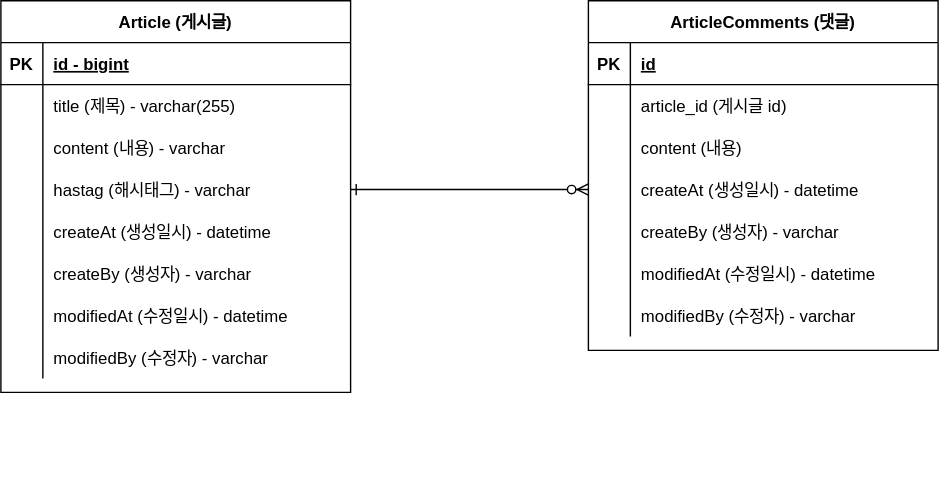
digilog-mh/Side_Project keeps this draw.io diagram as documents/board_project/project-board.svg. Above is the earlier version. Source tidied: cells renumbered, new cells last; positions are measured from the earlier drawing's top-left corner, leaving out a move shared by most shapes.
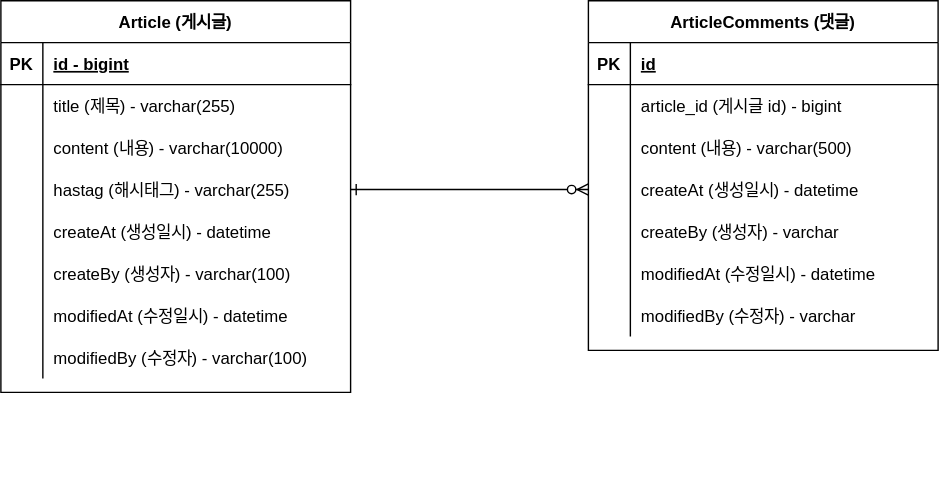
The same diagram one commit later.

What changed in the source:
```diff
@@ -23,7 +23,7 @@
     <mxCell id="8" style="shape=partialRectangle;overflow=hidden;fillColor=none;top=0;left=0;bottom=0;right=0;" parent="7" vertex="1">
       <mxGeometry width="30" height="30" as="geometry" />
     </mxCell>
-    <mxCell id="9" value="article_id (게시글 id)" style="shape=partialRectangle;overflow=hidden;fillColor=none;top=0;left=0;bottom=0;right=0;align=left;spacingLeft=6;" parent="7" vertex="1">
+    <mxCell id="9" value="article_id (게시글 id) - bigint" style="shape=partialRectangle;overflow=hidden;fillColor=none;top=0;left=0;bottom=0;right=0;align=left;spacingLeft=6;" parent="7" vertex="1">
       <mxGeometry x="30" width="220" height="30" as="geometry" />
     </mxCell>
     <mxCell id="10" style="shape=partialRectangle;fillColor=none;top=0;left=0;right=0;bottom=0;" parent="3" vertex="1">
@@ -32,7 +32,7 @@
     <mxCell id="11" style="shape=partialRectangle;overflow=hidden;fillColor=none;top=0;left=0;bottom=0;right=0;" parent="10" vertex="1">
       <mxGeometry width="30" height="30" as="geometry" />
     </mxCell>
-    <mxCell id="12" value="content (내용)" style="shape=partialRectangle;overflow=hidden;fillColor=none;top=0;left=0;bottom=0;right=0;align=left;spacingLeft=6;" parent="10" vertex="1">
+    <mxCell id="12" value="content (내용) - varchar(500)" style="shape=partialRectangle;overflow=hidden;fillColor=none;top=0;left=0;bottom=0;right=0;align=left;spacingLeft=6;" parent="10" vertex="1">
       <mxGeometry x="30" width="220" height="30" as="geometry" />
     </mxCell>
     <mxCell id="13" style="shape=partialRectangle;fillColor=none;points=[[0,0.5],[1,0.5]];portConstraint=eastwest;top=0;left=0;right=0;bottom=0;" parent="3" vertex="1">
@@ -98,7 +98,7 @@
     <mxCell id="33" style="shape=partialRectangle;overflow=hidden;fillColor=none;top=0;left=0;bottom=0;right=0;" parent="32" vertex="1">
       <mxGeometry width="30" height="30" as="geometry" />
     </mxCell>
-    <mxCell id="34" value="content (내용) - varchar" style="shape=partialRectangle;overflow=hidden;fillColor=none;top=0;left=0;bottom=0;right=0;align=left;spacingLeft=6;" parent="32" vertex="1">
+    <mxCell id="34" value="content (내용) - varchar(10000)" style="shape=partialRectangle;overflow=hidden;fillColor=none;top=0;left=0;bottom=0;right=0;align=left;spacingLeft=6;" parent="32" vertex="1">
       <mxGeometry x="30" width="220" height="30" as="geometry" />
     </mxCell>
     <mxCell id="35" style="shape=partialRectangle;fillColor=none;points=[[0,0.5],[1,0.5]];portConstraint=eastwest;top=0;left=0;right=0;bottom=0;" parent="25" vertex="1">
@@ -107,7 +107,7 @@
     <mxCell id="36" style="shape=partialRectangle;overflow=hidden;fillColor=none;top=0;left=0;bottom=0;right=0;" parent="35" vertex="1">
       <mxGeometry width="30" height="30" as="geometry" />
     </mxCell>
-    <mxCell id="37" value="hastag (해시태그) - varchar" style="shape=partialRectangle;overflow=hidden;fillColor=none;top=0;left=0;bottom=0;right=0;align=left;spacingLeft=6;" parent="35" vertex="1">
+    <mxCell id="37" value="hastag (해시태그) - varchar(255)" style="shape=partialRectangle;overflow=hidden;fillColor=none;top=0;left=0;bottom=0;right=0;align=left;spacingLeft=6;" parent="35" vertex="1">
       <mxGeometry x="30" width="220" height="30" as="geometry" />
     </mxCell>
     <mxCell id="38" style="shape=partialRectangle;fillColor=none;top=0;left=0;right=0;bottom=0;" parent="25" vertex="1">
@@ -125,7 +125,7 @@
     <mxCell id="42" style="shape=partialRectangle;overflow=hidden;fillColor=none;top=0;left=0;bottom=0;right=0;" parent="41" vertex="1">
       <mxGeometry width="30" height="30" as="geometry" />
     </mxCell>
-    <mxCell id="43" value="createBy (생성자) - varchar" style="shape=partialRectangle;overflow=hidden;fillColor=none;top=0;left=0;bottom=0;right=0;align=left;spacingLeft=6;" parent="41" vertex="1">
+    <mxCell id="43" value="createBy (생성자) - varchar(100)" style="shape=partialRectangle;overflow=hidden;fillColor=none;top=0;left=0;bottom=0;right=0;align=left;spacingLeft=6;" parent="41" vertex="1">
       <mxGeometry x="30" width="220" height="30" as="geometry" />
     </mxCell>
     <mxCell id="44" style="shape=partialRectangle;fillColor=none;top=0;left=0;right=0;bottom=0;" parent="25" vertex="1">
@@ -143,7 +143,7 @@
     <mxCell id="48" style="shape=partialRectangle;overflow=hidden;fillColor=none;top=0;left=0;bottom=0;right=0;" parent="47" vertex="1">
       <mxGeometry width="30" height="30" as="geometry" />
     </mxCell>
-    <mxCell id="49" value="modifiedBy (수정자) - varchar" style="shape=partialRectangle;overflow=hidden;fillColor=none;top=0;left=0;bottom=0;right=0;align=left;spacingLeft=6;" parent="47" vertex="1">
+    <mxCell id="49" value="modifiedBy (수정자) - varchar(100)" style="shape=partialRectangle;overflow=hidden;fillColor=none;top=0;left=0;bottom=0;right=0;align=left;spacingLeft=6;" parent="47" vertex="1">
       <mxGeometry x="30" width="220" height="30" as="geometry" />
     </mxCell>
     <mxCell id="50" style="shape=partialRectangle;overflow=hidden;fillColor=none;top=0;left=0;bottom=0;right=0;align=left;spacingLeft=6;" parent="1" vertex="1">
```
